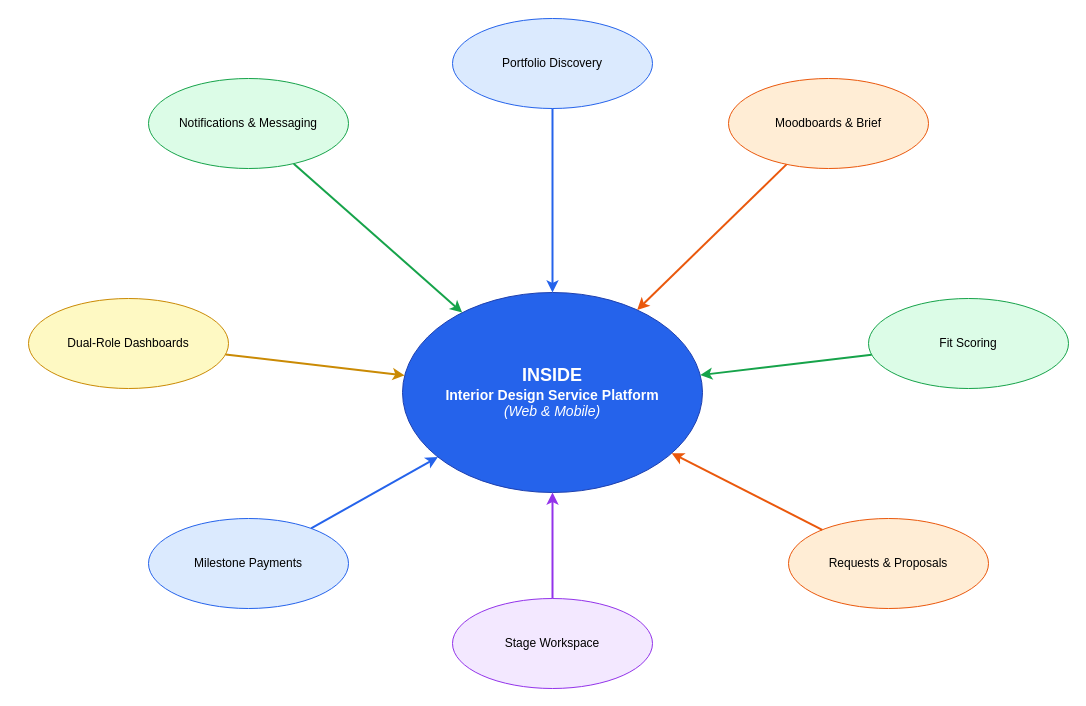
Earlier version of the draw.io diagram docs/Proposal/diagrams/Simple AD.drawio (MNSBaanu/Inside). Source tidied: cells renumbered, new cells numbered last; positions are measured from the earlier drawing's top-left corner, leaving out a move shared by most shapes. Both pictures are drawn from the tidied source at 100%, with x=0, y=0 at pixel (28, 18).
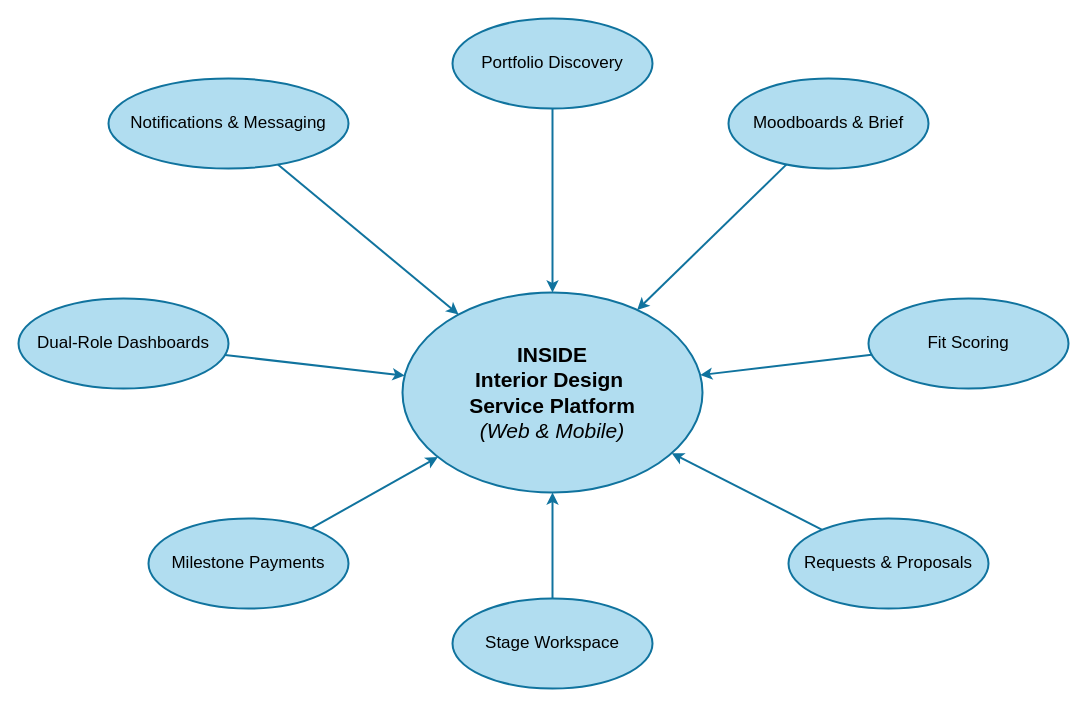
Above is the later version.

Commit message (it also covers changes not shown here):
docs(proposal): Add new architecture diagrams and update existing files

Change to the diagram source:
```diff
@@
 <mxGraphModel>
   <root>
     <mxCell id="0" />
     <mxCell id="1" parent="0" />
-    <mxCell id="2" value="&lt;b style=&quot;font-size:18px&quot;&gt;INSIDE&lt;/b&gt;&lt;br&gt;&lt;b&gt;Interior Design Service Platform&lt;/b&gt;&lt;br&gt;&lt;i&gt;(Web &amp;amp; Mobile)&lt;/i&gt;" style="ellipse;whiteSpace=wrap;html=1;fillColor=#2563EB;strokeColor=#1E40AF;fontColor=#FFFFFF;fontSize=14;" parent="1" vertex="1">
+    <mxCell id="2" value="&lt;font style=&quot;font-size: 21px;&quot;&gt;&lt;b style=&quot;&quot;&gt;INSIDE&lt;/b&gt;&lt;br&gt;&lt;b style=&quot;&quot;&gt;Interior Design&amp;nbsp;&lt;/b&gt;&lt;/font&gt;&lt;div&gt;&lt;font style=&quot;font-size: 21px;&quot;&gt;&lt;b style=&quot;&quot;&gt;Service Platform&lt;/b&gt;&lt;br&gt;&lt;i style=&quot;&quot;&gt;(Web &amp;amp; Mobile)&lt;/i&gt;&lt;/font&gt;&lt;/div&gt;" style="ellipse;whiteSpace=wrap;html=1;fillColor=#b1ddf0;strokeColor=#10739e;fontSize=15;strokeWidth=2;fontFamily=Helvetica;" parent="1" vertex="1">
       <mxGeometry x="374" y="274" width="300" height="200" as="geometry" />
     </mxCell>
-    <mxCell id="3" value="Portfolio Discovery" style="ellipse;whiteSpace=wrap;html=1;fillColor=#DBEAFE;strokeColor=#2563EB;fontSize=12;" parent="1" vertex="1">
+    <mxCell id="3" value="Portfolio Discovery" style="ellipse;whiteSpace=wrap;html=1;fillColor=#b1ddf0;strokeColor=#10739e;fontSize=17;strokeWidth=2;fontFamily=Helvetica;" parent="1" vertex="1">
       <mxGeometry x="424" width="200" height="90" as="geometry" />
     </mxCell>
-    <mxCell id="4" value="Moodboards &amp; Brief" style="ellipse;whiteSpace=wrap;html=1;fillColor=#FFEDD5;strokeColor=#EA580C;fontSize=12;" parent="1" vertex="1">
+    <mxCell id="4" value="Moodboards &amp;amp; Brief" style="ellipse;whiteSpace=wrap;html=1;fillColor=#b1ddf0;strokeColor=#10739e;fontSize=17;strokeWidth=2;fontFamily=Helvetica;" parent="1" vertex="1">
       <mxGeometry x="700" y="60" width="200" height="90" as="geometry" />
     </mxCell>
-    <mxCell id="5" value="Fit Scoring" style="ellipse;whiteSpace=wrap;html=1;fillColor=#DCFCE7;strokeColor=#16A34A;fontSize=12;" parent="1" vertex="1">
+    <mxCell id="5" value="Fit Scoring" style="ellipse;whiteSpace=wrap;html=1;fillColor=#b1ddf0;strokeColor=#10739e;fontSize=17;strokeWidth=2;fontFamily=Helvetica;" parent="1" vertex="1">
       <mxGeometry x="840" y="280" width="200" height="90" as="geometry" />
     </mxCell>
-    <mxCell id="6" value="Requests &amp; Proposals" style="ellipse;whiteSpace=wrap;html=1;fillColor=#FFEDD5;strokeColor=#EA580C;fontSize=12;" parent="1" vertex="1">
+    <mxCell id="6" value="Requests &amp;amp; Proposals" style="ellipse;whiteSpace=wrap;html=1;fillColor=#b1ddf0;strokeColor=#10739e;fontSize=17;strokeWidth=2;fontFamily=Helvetica;" parent="1" vertex="1">
       <mxGeometry x="760" y="500" width="200" height="90" as="geometry" />
     </mxCell>
-    <mxCell id="7" value="Stage Workspace" style="ellipse;whiteSpace=wrap;html=1;fillColor=#F3E8FF;strokeColor=#9333EA;fontSize=12;" parent="1" vertex="1">
+    <mxCell id="7" value="Stage Workspace" style="ellipse;whiteSpace=wrap;html=1;fillColor=#b1ddf0;strokeColor=#10739e;fontSize=17;strokeWidth=2;fontFamily=Helvetica;" parent="1" vertex="1">
       <mxGeometry x="424" y="580" width="200" height="90" as="geometry" />
     </mxCell>
-    <mxCell id="8" value="Milestone Payments" style="ellipse;whiteSpace=wrap;html=1;fillColor=#DBEAFE;strokeColor=#2563EB;fontSize=12;" parent="1" vertex="1">
+    <mxCell id="8" value="Milestone Payments" style="ellipse;whiteSpace=wrap;html=1;fillColor=#b1ddf0;strokeColor=#10739e;fontSize=17;strokeWidth=2;fontFamily=Helvetica;" parent="1" vertex="1">
       <mxGeometry x="120" y="500" width="200" height="90" as="geometry" />
     </mxCell>
-    <mxCell id="9" value="Dual-Role Dashboards" style="ellipse;whiteSpace=wrap;html=1;fillColor=#FEF9C3;strokeColor=#CA8A04;fontSize=12;" parent="1" vertex="1">
-      <mxGeometry y="280" width="200" height="90" as="geometry" />
+    <mxCell id="9" value="Dual-Role Dashboards" style="ellipse;whiteSpace=wrap;html=1;fillColor=#b1ddf0;strokeColor=#10739e;fontSize=17;strokeWidth=2;fontFamily=Helvetica;" parent="1" vertex="1">
+      <mxGeometry x="-10" y="280" width="210" height="90" as="geometry" />
     </mxCell>
-    <mxCell id="10" value="Notifications &amp; Messaging" style="ellipse;whiteSpace=wrap;html=1;fillColor=#DCFCE7;strokeColor=#16A34A;fontSize=12;" parent="1" vertex="1">
-      <mxGeometry x="120" y="60" width="200" height="90" as="geometry" />
+    <mxCell id="10" value="Notifications &amp;amp; Messaging" style="ellipse;whiteSpace=wrap;html=1;fillColor=#b1ddf0;strokeColor=#10739e;fontSize=17;strokeWidth=2;fontFamily=Helvetica;" parent="1" vertex="1">
+      <mxGeometry x="80" y="60" width="240" height="90" as="geometry" />
     </mxCell>
-    <mxCell id="11" style="edgeStyle=none;rounded=0;jettySize=auto;html=1;strokeColor=#2563EB;strokeWidth=2;endArrow=classic;endFill=1;" parent="1" edge="1" source="3" target="2">
+    <mxCell id="11" style="edgeStyle=none;rounded=0;jettySize=auto;html=1;strokeColor=#10739e;strokeWidth=2;endArrow=classic;endFill=1;fillColor=#b1ddf0;fontFamily=Helvetica;fontSize=15;" parent="1" edge="1" source="3" target="2">
       <mxGeometry relative="1" as="geometry" />
     </mxCell>
-    <mxCell id="12" style="edgeStyle=none;rounded=0;jettySize=auto;html=1;strokeColor=#EA580C;strokeWidth=2;endArrow=classic;endFill=1;" parent="1" edge="1" source="4" target="2">
+    <mxCell id="12" style="edgeStyle=none;rounded=0;jettySize=auto;html=1;strokeColor=#10739e;strokeWidth=2;endArrow=classic;endFill=1;fillColor=#b1ddf0;fontFamily=Helvetica;fontSize=15;" parent="1" edge="1" source="4" target="2">
       <mxGeometry relative="1" as="geometry" />
     </mxCell>
-    <mxCell id="13" style="edgeStyle=none;rounded=0;jettySize=auto;html=1;strokeColor=#16A34A;strokeWidth=2;endArrow=classic;endFill=1;" parent="1" edge="1" source="5" target="2">
+    <mxCell id="13" style="edgeStyle=none;rounded=0;jettySize=auto;html=1;strokeColor=#10739e;strokeWidth=2;endArrow=classic;endFill=1;fillColor=#b1ddf0;fontFamily=Helvetica;fontSize=15;" parent="1" edge="1" source="5" target="2">
       <mxGeometry relative="1" as="geometry" />
     </mxCell>
-    <mxCell id="14" style="edgeStyle=none;rounded=0;jettySize=auto;html=1;strokeColor=#EA580C;strokeWidth=2;endArrow=classic;endFill=1;" parent="1" edge="1" source="6" target="2">
+    <mxCell id="14" style="edgeStyle=none;rounded=0;jettySize=auto;html=1;strokeColor=#10739e;strokeWidth=2;endArrow=classic;endFill=1;fillColor=#b1ddf0;fontFamily=Helvetica;fontSize=15;" parent="1" edge="1" source="6" target="2">
       <mxGeometry relative="1" as="geometry" />
     </mxCell>
-    <mxCell id="15" style="edgeStyle=none;rounded=0;jettySize=auto;html=1;strokeColor=#9333EA;strokeWidth=2;endArrow=classic;endFill=1;" parent="1" edge="1" source="7" target="2">
+    <mxCell id="15" style="edgeStyle=none;rounded=0;jettySize=auto;html=1;strokeColor=#10739e;strokeWidth=2;endArrow=classic;endFill=1;fillColor=#b1ddf0;fontFamily=Helvetica;fontSize=15;" parent="1" edge="1" source="7" target="2">
       <mxGeometry relative="1" as="geometry" />
     </mxCell>
-    <mxCell id="16" style="edgeStyle=none;rounded=0;jettySize=auto;html=1;strokeColor=#2563EB;strokeWidth=2;endArrow=classic;endFill=1;" parent="1" edge="1" source="8" target="2">
+    <mxCell id="16" style="edgeStyle=none;rounded=0;jettySize=auto;html=1;strokeColor=#10739e;strokeWidth=2;endArrow=classic;endFill=1;fillColor=#b1ddf0;fontFamily=Helvetica;fontSize=15;" parent="1" edge="1" source="8" target="2">
       <mxGeometry relative="1" as="geometry" />
     </mxCell>
-    <mxCell id="17" style="edgeStyle=none;rounded=0;jettySize=auto;html=1;strokeColor=#CA8A04;strokeWidth=2;endArrow=classic;endFill=1;" parent="1" edge="1" source="9" target="2">
+    <mxCell id="17" style="edgeStyle=none;rounded=0;jettySize=auto;html=1;strokeColor=#10739e;strokeWidth=2;endArrow=classic;endFill=1;fillColor=#b1ddf0;fontFamily=Helvetica;fontSize=15;" parent="1" edge="1" source="9" target="2">
       <mxGeometry relative="1" as="geometry" />
     </mxCell>
-    <mxCell id="18" style="edgeStyle=none;rounded=0;jettySize=auto;html=1;strokeColor=#16A34A;strokeWidth=2;endArrow=classic;endFill=1;" parent="1" edge="1" source="10" target="2">
+    <mxCell id="18" style="edgeStyle=none;rounded=0;jettySize=auto;html=1;strokeColor=#10739e;strokeWidth=2;endArrow=classic;endFill=1;fillColor=#b1ddf0;fontFamily=Helvetica;fontSize=15;" parent="1" edge="1" source="10" target="2">
       <mxGeometry relative="1" as="geometry" />
     </mxCell>
   </root>
 </mxGraphModel>
```
